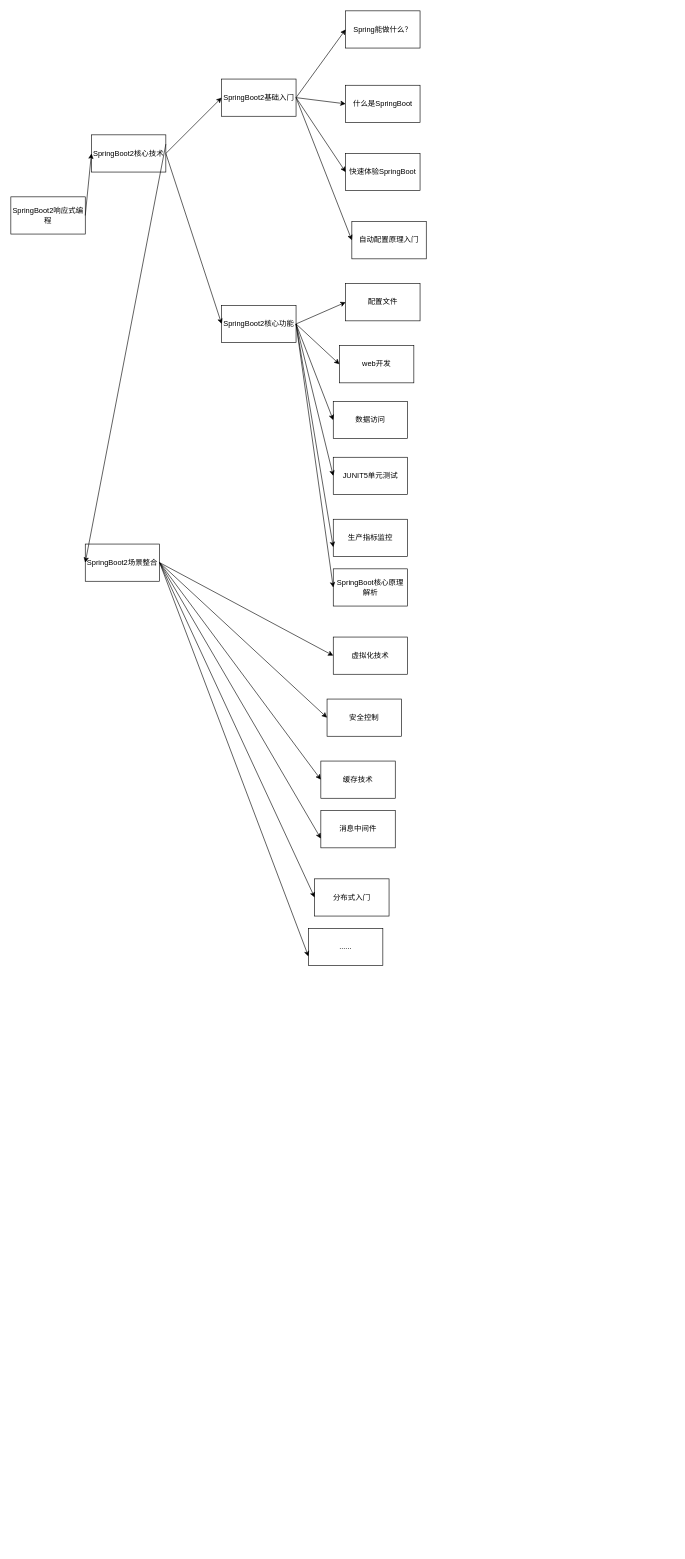
This is source/SpringBoot2.drawio from SmileCJX/processon, a draw.io file, before an edit. Source tidied: cells renumbered, new cells numbered last; positions are measured from the earlier drawing's top-left corner, leaving out a move shared by most shapes. Both pictures are drawn from the tidied source at 62%, with x=0, y=0 at pixel (11, 11).
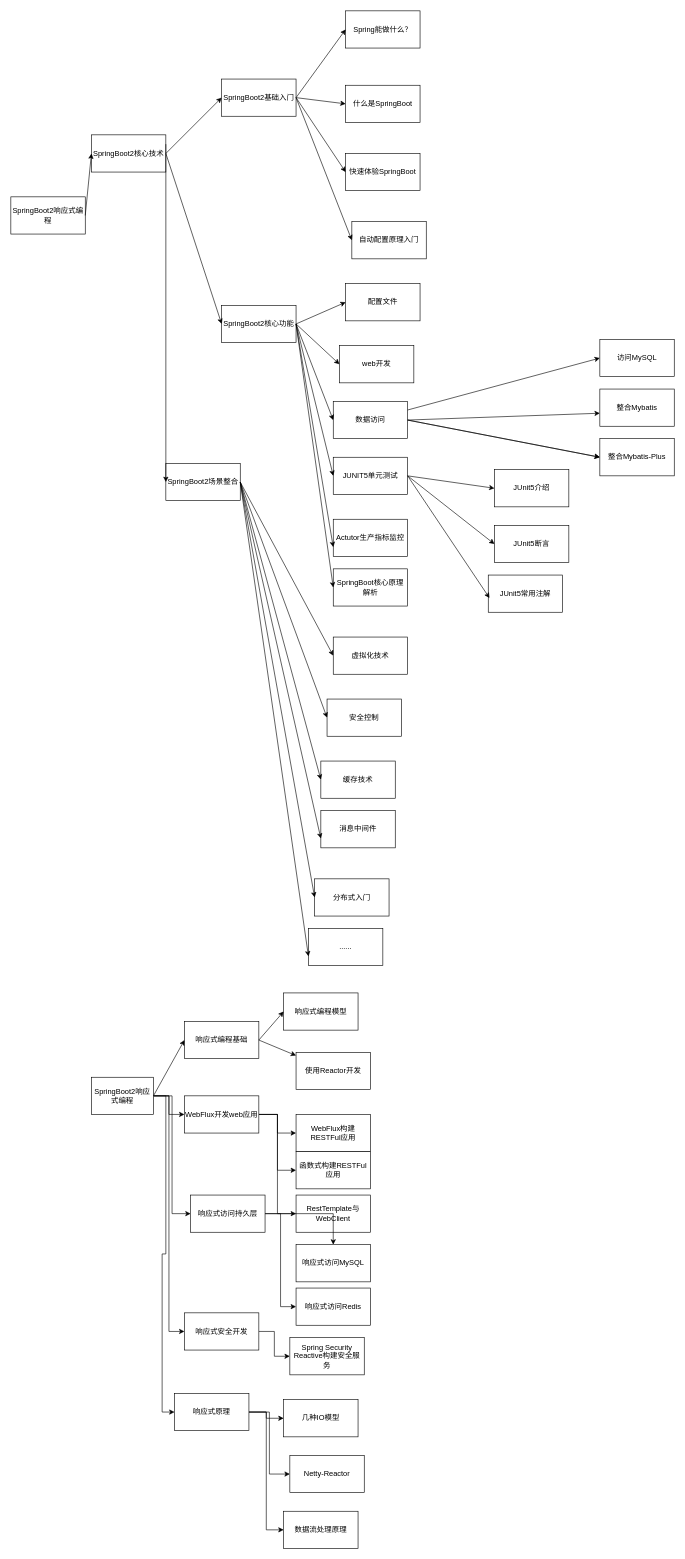
After the change.

The change refers to these unchanged cells:
```xml
<mxCell id="20" value="数据访问" style="rounded=0;whiteSpace=wrap;html=1;" parent="1" vertex="1">
  <mxGeometry x="520" y="630" width="120" height="60" as="geometry" />
</mxCell>
<mxCell id="21" value="JUNIT5单元测试" style="rounded=0;whiteSpace=wrap;html=1;" parent="1" vertex="1">
  <mxGeometry x="520" y="720" width="120" height="60" as="geometry" />
</mxCell>
```

Change to the diagram source:
```diff
@@
-    <mxCell id="22" value="生产指标监控" style="rounded=0;whiteSpace=wrap;html=1;" parent="1" vertex="1">
+    <mxCell id="22" value="Actutor生产指标监控" style="rounded=0;whiteSpace=wrap;html=1;" parent="1" vertex="1">
       <mxGeometry x="520" y="820" width="120" height="60" as="geometry" />
     </mxCell>
@@
     <mxCell id="29" value="SpringBoot2场景整合" style="rounded=0;whiteSpace=wrap;html=1;" parent="1" vertex="1">
-      <mxGeometry x="120" y="860" width="120" height="60" as="geometry" />
+      <mxGeometry x="250" y="730" width="120" height="60" as="geometry" />
     </mxCell>
@@
+    <mxCell id="43" value="访问MySQL" style="rounded=0;whiteSpace=wrap;html=1;" parent="1" vertex="1">
+      <mxGeometry x="950" y="530" width="120" height="60" as="geometry" />
+    </mxCell>
+    <mxCell id="44" value="整合Mybatis" style="rounded=0;whiteSpace=wrap;html=1;" parent="1" vertex="1">
+      <mxGeometry x="950" y="610" width="120" height="60" as="geometry" />
+    </mxCell>
+    <mxCell id="45" value="整合Mybatis-Plus" style="rounded=0;whiteSpace=wrap;html=1;" parent="1" vertex="1">
+      <mxGeometry x="950" y="690" width="120" height="60" as="geometry" />
+    </mxCell>
+    <mxCell id="46" style="endArrow=classic;html=1;entryX=0;entryY=0.5;entryDx=0;entryDy=0;" parent="1" edge="1" source="20" target="43">
+      <mxGeometry relative="1" as="geometry" />
+    </mxCell>
+    <mxCell id="47" style="endArrow=classic;html=1;entryX=0;entryY=0.65;entryDx=0;entryDy=0;entryPerimeter=0;exitX=1;exitY=0.5;exitDx=0;exitDy=0;" parent="1" edge="1" source="20" target="44">
+      <mxGeometry relative="1" as="geometry" />
+    </mxCell>
+    <mxCell id="48" style="endArrow=classic;html=1;entryX=0;entryY=0.5;entryDx=0;entryDy=0;exitX=1;exitY=0.5;exitDx=0;exitDy=0;" parent="1" edge="1" source="20" target="45">
+      <mxGeometry relative="1" as="geometry" />
+    </mxCell>
+    <mxCell id="49" value="JUnit5介绍" style="rounded=0;whiteSpace=wrap;html=1;" parent="1" vertex="1">
+      <mxGeometry x="780" y="740" width="120" height="60" as="geometry" />
+    </mxCell>
+    <mxCell id="50" value="JUnit5断言" style="rounded=0;whiteSpace=wrap;html=1;" parent="1" vertex="1">
+      <mxGeometry x="780" y="830" width="120" height="60" as="geometry" />
+    </mxCell>
+    <mxCell id="51" value="JUnit5常用注解" style="rounded=0;whiteSpace=wrap;html=1;" parent="1" vertex="1">
+      <mxGeometry x="770" y="910" width="120" height="60" as="geometry" />
+    </mxCell>
+    <mxCell id="52" style="endArrow=classic;html=1;entryX=0;entryY=0.5;entryDx=0;entryDy=0;exitX=1;exitY=0.5;exitDx=0;exitDy=0;" parent="1" edge="1">
+      <mxGeometry relative="1" as="geometry">
+        <mxPoint x="640" y="660" as="sourcePoint" />
+        <mxPoint x="950" y="720" as="targetPoint" />
+      </mxGeometry>
+    </mxCell>
+    <mxCell id="53" style="endArrow=classic;html=1;entryX=0;entryY=0.5;entryDx=0;entryDy=0;exitX=1;exitY=0.5;exitDx=0;exitDy=0;" parent="1" edge="1" source="21" target="49">
+      <mxGeometry relative="1" as="geometry" />
+    </mxCell>
+    <mxCell id="54" style="endArrow=classic;html=1;entryX=0;entryY=0.5;entryDx=0;entryDy=0;exitX=1;exitY=0.5;exitDx=0;exitDy=0;" parent="1" edge="1" source="21" target="50">
+      <mxGeometry relative="1" as="geometry" />
+    </mxCell>
+    <mxCell id="55" style="endArrow=classic;html=1;entryX=0.017;entryY=0.617;entryDx=0;entryDy=0;exitX=1;exitY=0.5;exitDx=0;exitDy=0;entryPerimeter=0;" parent="1" edge="1" source="21" target="51">
+      <mxGeometry relative="1" as="geometry" />
+    </mxCell>
+    <mxCell id="56" style="edgeStyle=orthogonalEdgeStyle;rounded=0;jettySize=auto;html=1;entryX=0;entryY=0.5;entryDx=0;entryDy=0;" parent="1" edge="1" source="60" target="70">
+      <mxGeometry relative="1" as="geometry" />
+    </mxCell>
+    <mxCell id="57" style="edgeStyle=orthogonalEdgeStyle;rounded=0;jettySize=auto;html=1;entryX=0;entryY=0.5;entryDx=0;entryDy=0;" parent="1" edge="1" source="60" target="76">
+      <mxGeometry relative="1" as="geometry" />
+    </mxCell>
+    <mxCell id="58" style="edgeStyle=orthogonalEdgeStyle;rounded=0;jettySize=auto;html=1;exitX=1;exitY=0.5;exitDx=0;exitDy=0;entryX=0;entryY=0.5;entryDx=0;entryDy=0;" parent="1" edge="1" source="60" target="80">
+      <mxGeometry relative="1" as="geometry" />
+    </mxCell>
+    <mxCell id="59" style="edgeStyle=orthogonalEdgeStyle;rounded=0;jettySize=auto;html=1;entryX=0;entryY=0.5;entryDx=0;entryDy=0;" parent="1" edge="1" source="60" target="85">
+      <mxGeometry relative="1" as="geometry" />
+    </mxCell>
+    <mxCell id="60" value="SpringBoot2响应式编程" style="rounded=0;whiteSpace=wrap;html=1;" parent="1" vertex="1">
+      <mxGeometry x="130" y="1720" width="100" height="60" as="geometry" />
+    </mxCell>
+    <mxCell id="61" value="响应式编程模型" style="rounded=0;whiteSpace=wrap;html=1;" parent="1" vertex="1">
+      <mxGeometry x="440" y="1584" width="120" height="60" as="geometry" />
+    </mxCell>
+    <mxCell id="62" value="响应式编程基础" style="rounded=0;whiteSpace=wrap;html=1;" parent="1" vertex="1">
+      <mxGeometry x="280" y="1630" width="120" height="60" as="geometry" />
+    </mxCell>
+    <mxCell id="63" value="使用Reactor开发" style="rounded=0;whiteSpace=wrap;html=1;" parent="1" vertex="1">
+      <mxGeometry x="460" y="1680" width="120" height="60" as="geometry" />
+    </mxCell>
+    <mxCell id="64" style="endArrow=classic;html=1;exitX=1;exitY=0.5;exitDx=0;exitDy=0;entryX=0;entryY=0.5;entryDx=0;entryDy=0;" parent="1" edge="1" source="60" target="62">
+      <mxGeometry relative="1" as="geometry" />
+    </mxCell>
+    <mxCell id="65" style="endArrow=classic;html=1;exitX=1;exitY=0.5;exitDx=0;exitDy=0;entryX=0;entryY=0.5;entryDx=0;entryDy=0;" parent="1" edge="1" source="62" target="61">
+      <mxGeometry relative="1" as="geometry" />
+    </mxCell>
+    <mxCell id="66" style="endArrow=classic;html=1;exitX=1;exitY=0.5;exitDx=0;exitDy=0;" parent="1" edge="1" source="62" target="63">
+      <mxGeometry relative="1" as="geometry" />
+    </mxCell>
+    <mxCell id="67" style="edgeStyle=orthogonalEdgeStyle;rounded=0;jettySize=auto;html=1;entryX=0;entryY=0.5;entryDx=0;entryDy=0;" parent="1" edge="1" source="70" target="73">
+      <mxGeometry relative="1" as="geometry" />
+    </mxCell>
+    <mxCell id="68" style="edgeStyle=orthogonalEdgeStyle;rounded=0;jettySize=auto;html=1;" parent="1" edge="1" source="70" target="71">
+      <mxGeometry relative="1" as="geometry" />
+    </mxCell>
+    <mxCell id="69" style="edgeStyle=orthogonalEdgeStyle;rounded=0;jettySize=auto;html=1;entryX=0;entryY=0.5;entryDx=0;entryDy=0;" parent="1" edge="1" source="70" target="72">
+      <mxGeometry relative="1" as="geometry" />
+    </mxCell>
+    <mxCell id="70" value="WebFlux开发web应用" style="rounded=0;whiteSpace=wrap;html=1;" parent="1" vertex="1">
+      <mxGeometry x="280" y="1750" width="120" height="60" as="geometry" />
+    </mxCell>
+    <mxCell id="71" value="WebFlux构建RESTFul应用" style="rounded=0;whiteSpace=wrap;html=1;" parent="1" vertex="1">
+      <mxGeometry x="460" y="1780" width="120" height="60" as="geometry" />
+    </mxCell>
+    <mxCell id="72" value="RestTemplate与WebClient" style="rounded=0;whiteSpace=wrap;html=1;" parent="1" vertex="1">
+      <mxGeometry x="460" y="1910" width="120" height="60" as="geometry" />
+    </mxCell>
+    <mxCell id="73" value="函数式构建RESTFul应用" style="rounded=0;whiteSpace=wrap;html=1;" parent="1" vertex="1">
+      <mxGeometry x="460" y="1840" width="120" height="60" as="geometry" />
+    </mxCell>
+    <mxCell id="74" style="edgeStyle=orthogonalEdgeStyle;rounded=0;jettySize=auto;html=1;exitX=1;exitY=0.5;exitDx=0;exitDy=0;" parent="1" edge="1" source="76" target="77">
+      <mxGeometry relative="1" as="geometry" />
+    </mxCell>
+    <mxCell id="75" style="edgeStyle=orthogonalEdgeStyle;rounded=0;jettySize=auto;html=1;exitX=1;exitY=0.5;exitDx=0;exitDy=0;entryX=0;entryY=0.5;entryDx=0;entryDy=0;" parent="1" edge="1" source="76" target="78">
+      <mxGeometry relative="1" as="geometry" />
+    </mxCell>
+    <mxCell id="76" value="响应式访问持久层" style="rounded=0;whiteSpace=wrap;html=1;" parent="1" vertex="1">
+      <mxGeometry x="290" y="1910" width="120" height="60" as="geometry" />
+    </mxCell>
+    <mxCell id="77" value="响应式访问MySQL" style="rounded=0;whiteSpace=wrap;html=1;" parent="1" vertex="1">
+      <mxGeometry x="460" y="1990" width="120" height="60" as="geometry" />
+    </mxCell>
+    <mxCell id="78" value="响应式访问Redis" style="rounded=0;whiteSpace=wrap;html=1;" parent="1" vertex="1">
+      <mxGeometry x="460" y="2060" width="120" height="60" as="geometry" />
+    </mxCell>
+    <mxCell id="79" style="edgeStyle=orthogonalEdgeStyle;rounded=0;jettySize=auto;html=1;" parent="1" edge="1" source="80" target="81">
+      <mxGeometry relative="1" as="geometry" />
+    </mxCell>
+    <mxCell id="80" value="响应式安全开发" style="rounded=0;whiteSpace=wrap;html=1;" parent="1" vertex="1">
+      <mxGeometry x="280" y="2100" width="120" height="60" as="geometry" />
+    </mxCell>
+    <mxCell id="81" value="Spring Security Reactive构建安全服务" style="rounded=0;whiteSpace=wrap;html=1;" parent="1" vertex="1">
+      <mxGeometry x="450" y="2140" width="120" height="60" as="geometry" />
+    </mxCell>
+    <mxCell id="82" style="edgeStyle=orthogonalEdgeStyle;rounded=0;jettySize=auto;html=1;entryX=0;entryY=0.5;entryDx=0;entryDy=0;" parent="1" edge="1" source="85" target="86">
+      <mxGeometry relative="1" as="geometry" />
+    </mxCell>
+    <mxCell id="83" style="edgeStyle=orthogonalEdgeStyle;rounded=0;jettySize=auto;html=1;entryX=0;entryY=0.5;entryDx=0;entryDy=0;" parent="1" edge="1" source="85" target="87">
+      <mxGeometry relative="1" as="geometry" />
+    </mxCell>
+    <mxCell id="84" style="edgeStyle=orthogonalEdgeStyle;rounded=0;jettySize=auto;html=1;entryX=0;entryY=0.5;entryDx=0;entryDy=0;" parent="1" edge="1" source="85" target="88">
+      <mxGeometry relative="1" as="geometry" />
+    </mxCell>
+    <mxCell id="85" value="响应式原理" style="rounded=0;whiteSpace=wrap;html=1;" parent="1" vertex="1">
+      <mxGeometry x="264" y="2230" width="120" height="60" as="geometry" />
+    </mxCell>
+    <mxCell id="86" value="几种IO模型" style="rounded=0;whiteSpace=wrap;html=1;" parent="1" vertex="1">
+      <mxGeometry x="440" y="2240" width="120" height="60" as="geometry" />
+    </mxCell>
+    <mxCell id="87" value="Netty-Reactor" style="rounded=0;whiteSpace=wrap;html=1;" parent="1" vertex="1">
+      <mxGeometry x="450" y="2330" width="120" height="60" as="geometry" />
+    </mxCell>
+    <mxCell id="88" value="数据流处理原理" style="rounded=0;whiteSpace=wrap;html=1;" parent="1" vertex="1">
+      <mxGeometry x="440" y="2420" width="120" height="60" as="geometry" />
+    </mxCell>
```
